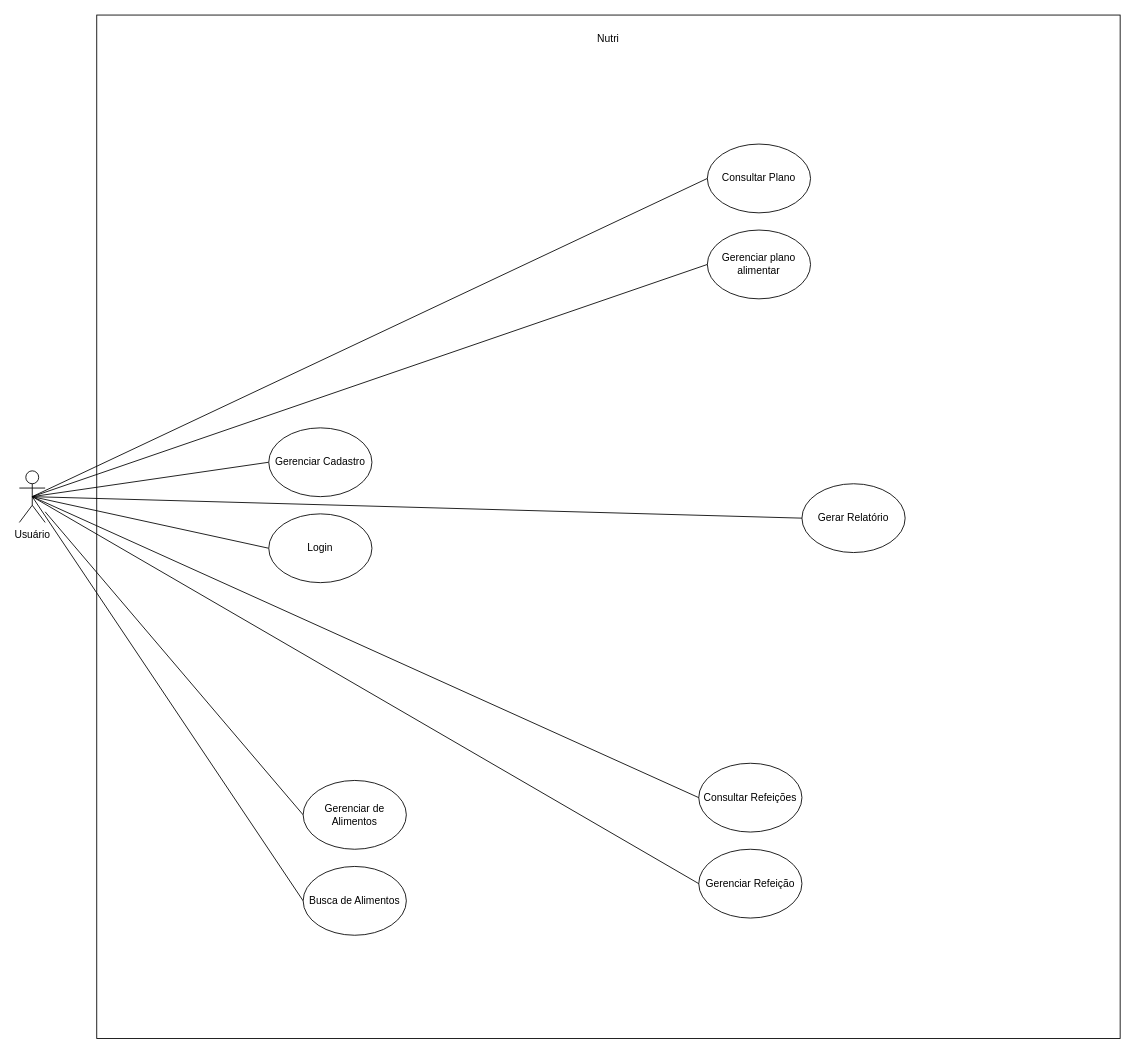
This is casosuso.drawio from EliasNote/nutri, a draw.io file, before an edit. Source tidied: cells renumbered, new cells numbered last; positions are measured from the earlier drawing's top-left corner, leaving out a move shared by most shapes. Both pictures are drawn from the tidied source at 86%, with x=0, y=0 at pixel (19, 15).
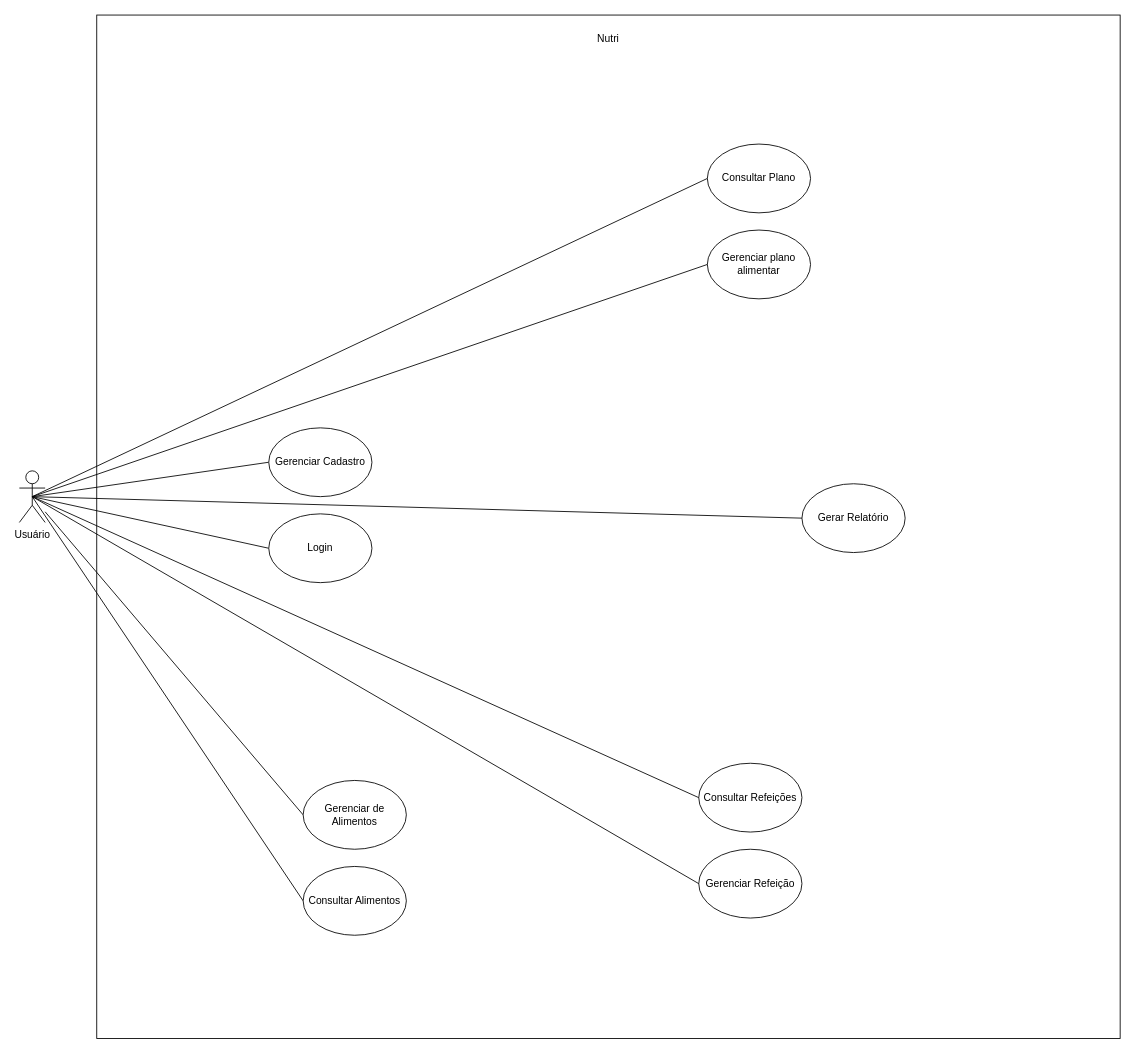
After the change.

Diff of the diagram source:
```diff
@@
-    <mxCell id="20" value="Busca de Alimentos" style="ellipse;whiteSpace=wrap;html=1;" parent="1" vertex="1">
+    <mxCell id="20" value="Consultar Alimentos" style="ellipse;whiteSpace=wrap;html=1;" parent="1" vertex="1">
       <mxGeometry x="330" y="990" width="120" height="80" as="geometry" />
     </mxCell>
```
